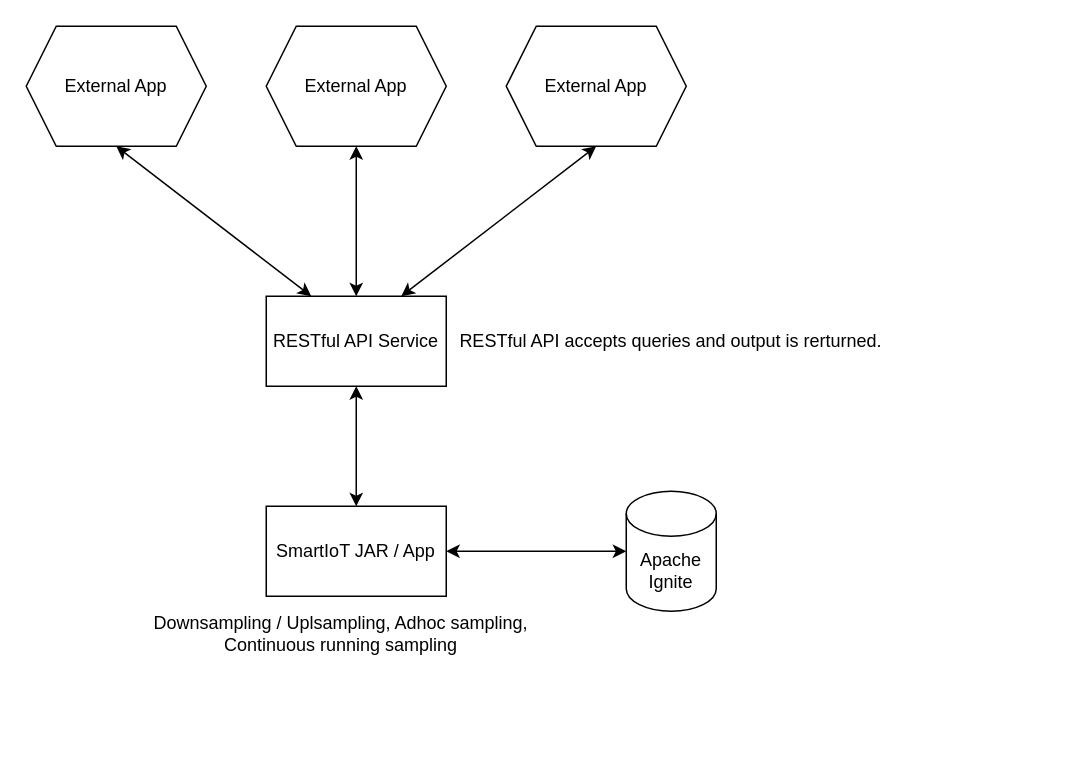
Earlier version of the draw.io diagram Untitled Diagram.drawio (sthapa123/5-day-weather-forecast). Source tidied: cells renumbered, new cells numbered last; positions are measured from the earlier drawing's top-left corner, leaving out a move shared by most shapes. Both pictures are drawn from the tidied source at 150%, with x=0, y=0 at pixel (26, 26).
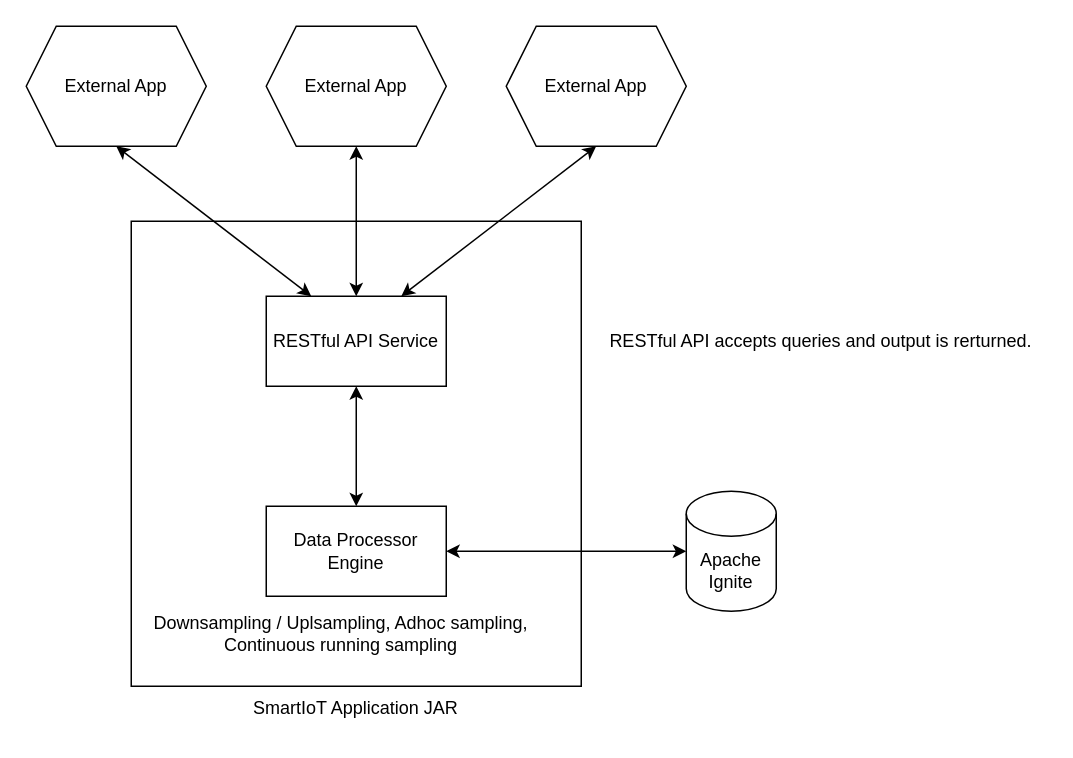
Above is the later version.

Change to the diagram source:
```diff
@@
 <mxGraphModel>
   <root>
     <mxCell id="0" />
     <mxCell id="1" parent="0" />
+    <mxCell id="15" style="rounded=0;whiteSpace=wrap;html=1;" parent="1" vertex="1">
+      <mxGeometry x="70" y="130" width="300" height="310" as="geometry" />
+    </mxCell>
-    <mxCell id="2" value="SmartIoT JAR / App" style="rounded=0;whiteSpace=wrap;html=1;" parent="1" vertex="1">
+    <mxCell id="2" value="Data Processor Engine" style="rounded=0;whiteSpace=wrap;html=1;" parent="1" vertex="1">
       <mxGeometry x="160" y="320" width="120" height="60" as="geometry" />
     </mxCell>
     <mxCell id="3" value="RESTful API Service" style="rounded=0;whiteSpace=wrap;html=1;" parent="1" vertex="1">
       <mxGeometry x="160" y="180" width="120" height="60" as="geometry" />
     </mxCell>
     <mxCell id="4" style="endArrow=classic;startArrow=classic;html=1;rounded=0;entryX=0.5;entryY=1;entryDx=0;entryDy=0;exitX=0.5;exitY=0;exitDx=0;exitDy=0;" parent="1" edge="1" source="2" target="3">
       <mxGeometry relative="1" as="geometry" />
     </mxCell>
     <mxCell id="5" value="External App" style="shape=hexagon;perimeter=hexagonPerimeter2;whiteSpace=wrap;html=1;fixedSize=1;" parent="1" vertex="1">
       <mxGeometry width="120" height="80" as="geometry" />
     </mxCell>
     <mxCell id="6" value="External App" style="shape=hexagon;perimeter=hexagonPerimeter2;whiteSpace=wrap;html=1;fixedSize=1;" parent="1" vertex="1">
       <mxGeometry x="160" width="120" height="80" as="geometry" />
     </mxCell>
     <mxCell id="7" value="External App" style="shape=hexagon;perimeter=hexagonPerimeter2;whiteSpace=wrap;html=1;fixedSize=1;" parent="1" vertex="1">
       <mxGeometry x="320" width="120" height="80" as="geometry" />
     </mxCell>
     <mxCell id="8" style="endArrow=classic;startArrow=classic;html=1;rounded=0;exitX=0.5;exitY=1;exitDx=0;exitDy=0;entryX=0.25;entryY=0;entryDx=0;entryDy=0;" parent="1" edge="1" source="5" target="3">
       <mxGeometry relative="1" as="geometry" />
     </mxCell>
     <mxCell id="9" style="endArrow=classic;startArrow=classic;html=1;rounded=0;exitX=0.5;exitY=0;exitDx=0;exitDy=0;entryX=0.5;entryY=1;entryDx=0;entryDy=0;" parent="1" edge="1" source="3" target="6">
       <mxGeometry relative="1" as="geometry" />
     </mxCell>
     <mxCell id="10" style="endArrow=classic;startArrow=classic;html=1;rounded=0;exitX=0.75;exitY=0;exitDx=0;exitDy=0;entryX=0.5;entryY=1;entryDx=0;entryDy=0;" parent="1" edge="1" source="3" target="7">
       <mxGeometry relative="1" as="geometry" />
     </mxCell>
     <mxCell id="11" value="Apache Ignite" style="shape=cylinder3;whiteSpace=wrap;html=1;boundedLbl=1;backgroundOutline=1;size=15;" parent="1" vertex="1">
-      <mxGeometry x="400" y="310" width="60" height="80" as="geometry" />
+      <mxGeometry x="440" y="310" width="60" height="80" as="geometry" />
     </mxCell>
     <mxCell id="12" style="endArrow=classic;startArrow=classic;html=1;rounded=0;exitX=1;exitY=0.5;exitDx=0;exitDy=0;entryX=0;entryY=0.5;entryDx=0;entryDy=0;entryPerimeter=0;" parent="1" edge="1" source="2" target="11">
       <mxGeometry relative="1" as="geometry" />
     </mxCell>
     <mxCell id="13" value="Downsampling / Uplsampling, Adhoc sampling, Continuous running sampling" style="text;html=1;strokeColor=none;fillColor=none;align=center;verticalAlign=middle;whiteSpace=wrap;rounded=0;" parent="1" vertex="1">
       <mxGeometry x="80" y="390" width="260" height="30" as="geometry" />
     </mxCell>
     <mxCell id="14" value="RESTful API accepts queries and output is rerturned." style="text;html=1;strokeColor=none;fillColor=none;align=center;verticalAlign=middle;whiteSpace=wrap;rounded=0;" parent="1" vertex="1">
-      <mxGeometry x="280" y="195" width="300" height="30" as="geometry" />
+      <mxGeometry x="380" y="195" width="300" height="30" as="geometry" />
     </mxCell>
+    <mxCell id="16" value="SmartIoT Application JAR" style="text;html=1;strokeColor=none;fillColor=none;align=center;verticalAlign=middle;whiteSpace=wrap;rounded=0;" parent="1" vertex="1">
+      <mxGeometry x="150" y="440" width="140" height="30" as="geometry" />
+    </mxCell>
   </root>
 </mxGraphModel>
```
